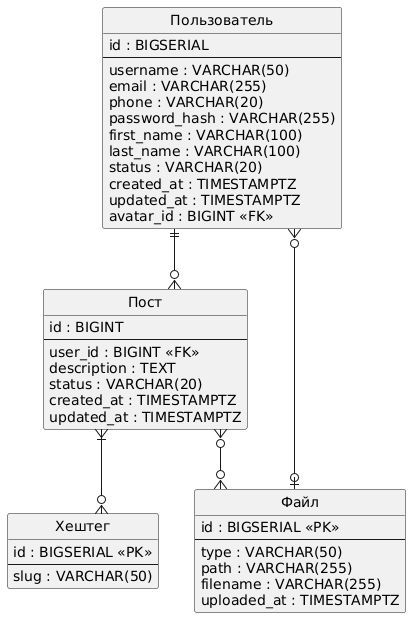
Before: lab2/er.png, a diagram exported from PlantUML (mysccasty/db_itmo).
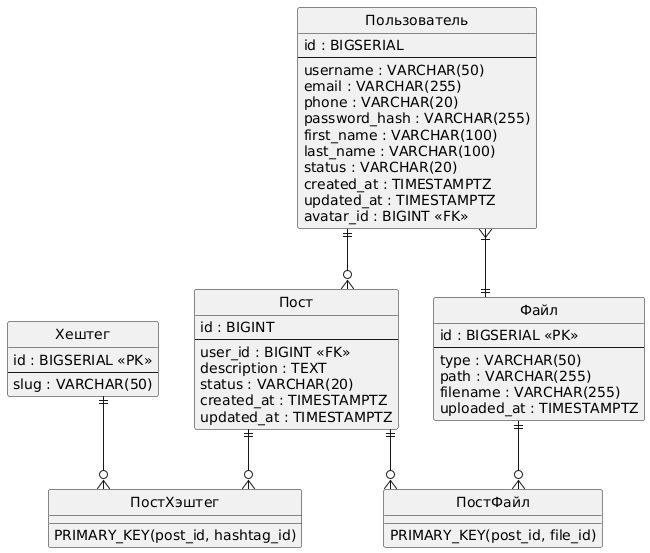
The same diagram one commit later.

Diff of the diagram source:
```diff
@@ -16,8 +16,6 @@
   updated_at : TIMESTAMPTZ
   avatar_id : BIGINT <<FK>>
 }
-
-
 entity "Пост" as post {
   id : BIGINT
   --
@@ -27,13 +25,14 @@
   created_at : TIMESTAMPTZ
   updated_at : TIMESTAMPTZ
 }
-
+entity "ПостХэштег" as post_hashtags {
+  PRIMARY_KEY(post_id, hashtag_id)
+}
 entity "Хештег" as hashtag {
   id : BIGSERIAL <<PK>>
   --
   slug : VARCHAR(50)
 }
-
 entity "Файл" as file {
   id : BIGSERIAL <<PK>>
   --
@@ -42,9 +41,15 @@
   filename : VARCHAR(255)
   uploaded_at : TIMESTAMPTZ
 }
+entity "ПостФайл" as post_files {
+  PRIMARY_KEY(post_id, file_id)
+}
+
 
 user ||--o{ post
-user }o--o| file
-post }|--o{ hashtag
-post }o--o{ file
+user }|--|| file
+post ||--o{ post_hashtags
+hashtag ||--o{ post_hashtags
+post ||--o{ post_files
+file ||--o{ post_files
 @enduml
```
